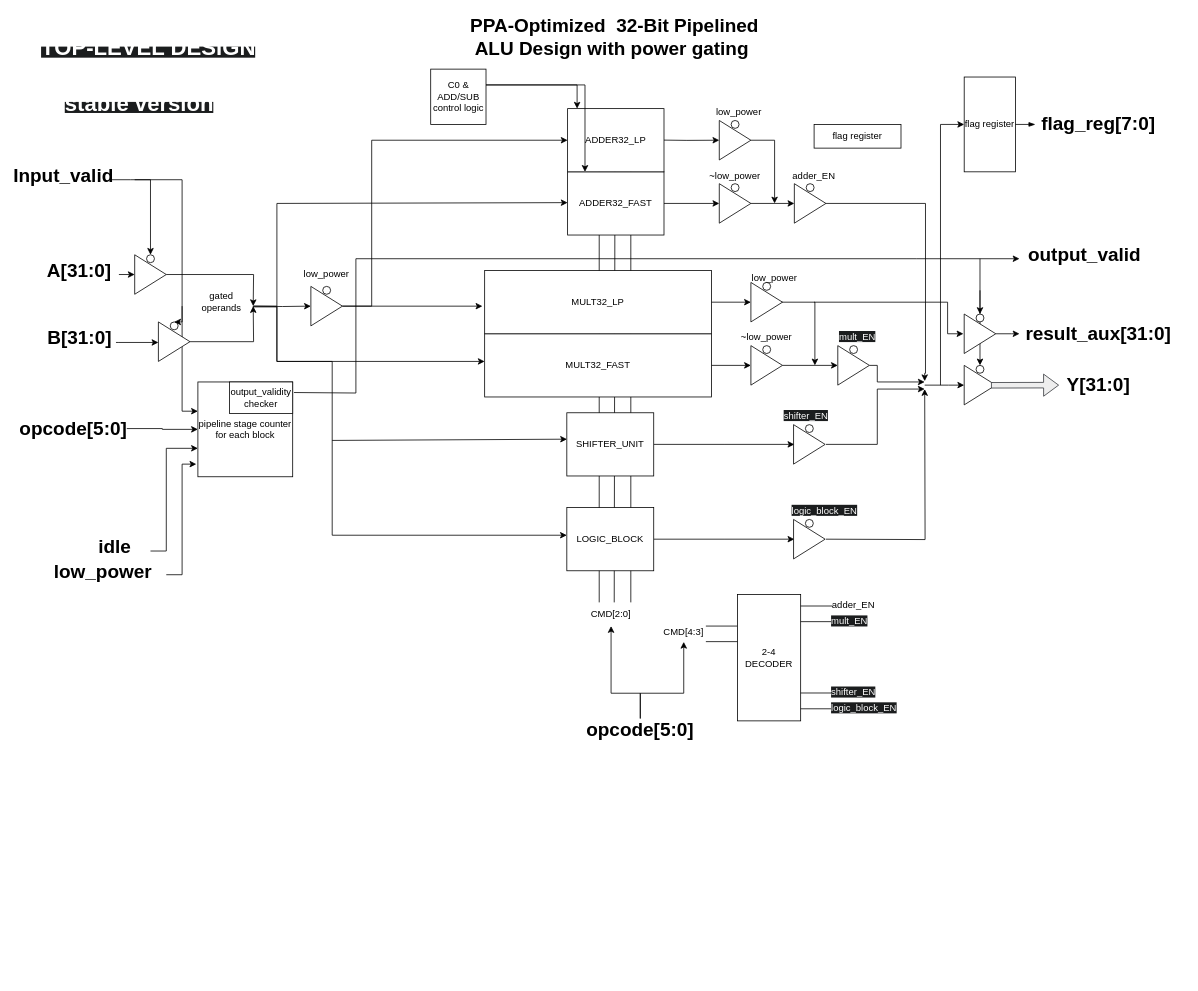
Earlier version of the draw.io diagram documents/alu.drawio (BekiryY/PPA-Optimized-32-bit-Pipelined-ALU-Design). Source tidied: cells renumbered, new cells numbered last; positions are measured from the earlier drawing's top-left corner, leaving out a move shared by most shapes. Both pictures are drawn from the tidied source at 79%, with x=0, y=0 at pixel (20, 13).
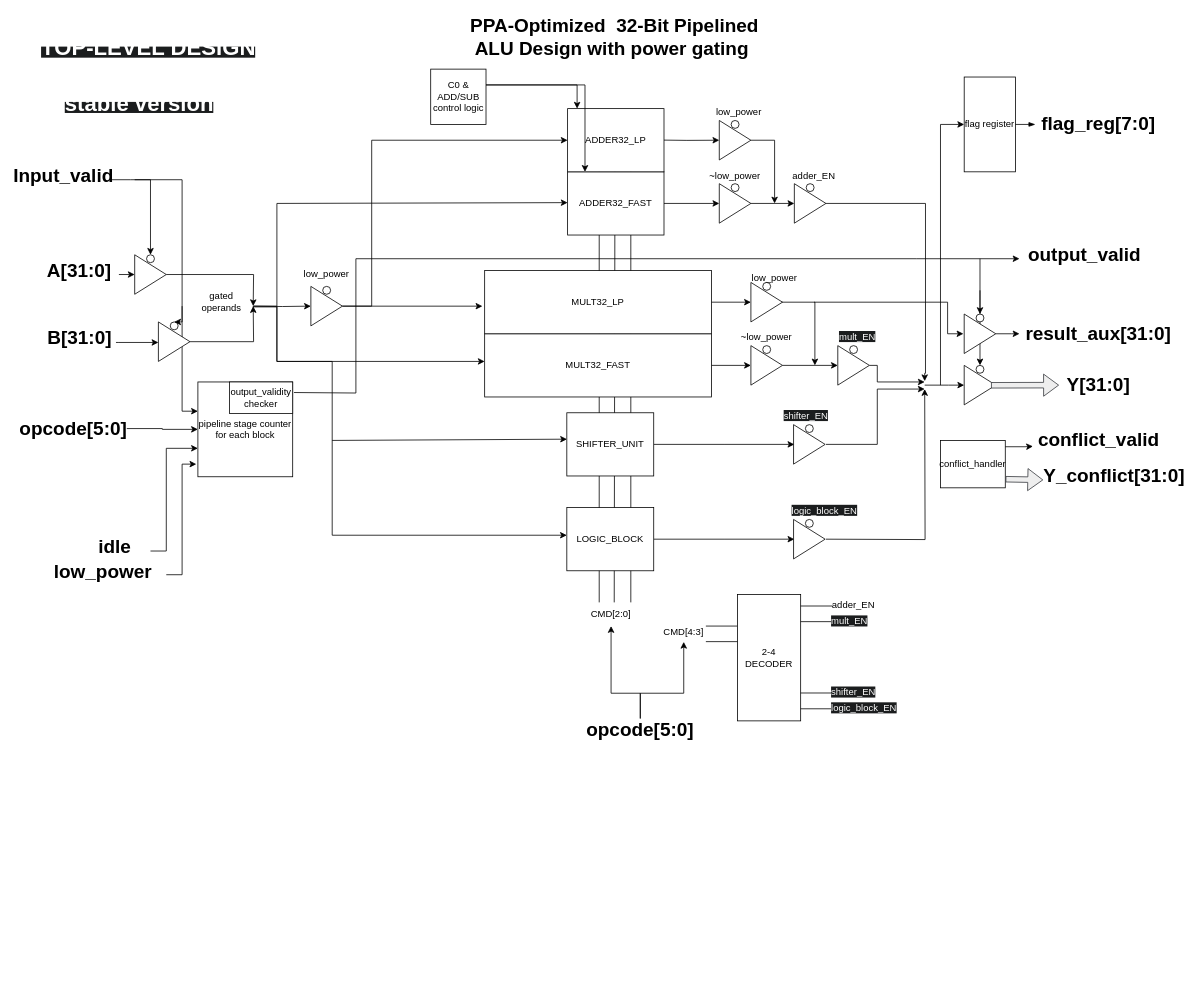
After the change.

Diff of the diagram source:
```diff
@@
     <mxCell id="30" style="group;fontSize=19;" parent="1" vertex="1">
-      <mxGeometry x="905" y="20" width="525" height="1200" as="geometry" />
+      <mxGeometry x="905" y="20" width="560" height="1200" as="geometry" />
     </mxCell>
@@
     <mxCell id="33" style="group;" parent="30" vertex="1">
-      <mxGeometry y="80" width="525" height="1120" as="geometry" />
+      <mxGeometry y="80" width="560" height="1120" as="geometry" />
     </mxCell>
@@
-    <mxCell id="40" value="flag register" style="rounded=0;whiteSpace=wrap;html=1;" parent="33" vertex="1">
-      <mxGeometry x="100" y="40" width="110" height="30" as="geometry" />
-    </mxCell>
@@
+    <mxCell id="134" value="conflict_handler" style="rounded=0;whiteSpace=wrap;html=1;" parent="33" vertex="1">
+      <mxGeometry x="260" y="440" width="82" height="60" as="geometry" />
+    </mxCell>
+    <mxCell id="135" style="shape=flexArrow;endArrow=classic;html=1;rounded=0;fillColor=#eeeeee;strokeColor=#36393d;startSize=6;endSize=6;fontSize=10;width=7;exitX=1.004;exitY=0.818;exitDx=0;exitDy=0;exitPerimeter=0;" parent="33" edge="1" source="134">
+      <mxGeometry relative="1" as="geometry">
+        <mxPoint x="390" y="490" as="targetPoint" />
+      </mxGeometry>
+    </mxCell>
+    <mxCell id="136" style="edgeStyle=orthogonalEdgeStyle;rounded=0;orthogonalLoop=1;jettySize=auto;html=1;" parent="33" edge="1">
+      <mxGeometry relative="1" as="geometry">
+        <mxPoint x="342" y="448" as="sourcePoint" />
+        <mxPoint x="377" y="447.5" as="targetPoint" />
+        <Array as="points">
+          <mxPoint x="367" y="447.5" />
+          <mxPoint x="367" y="447.5" />
+        </Array>
+      </mxGeometry>
+    </mxCell>
+    <mxCell id="137" value="&lt;font style=&quot;font-size: 24px;&quot;&gt;Y_conflict[31:0]&lt;/font&gt;" style="text;html=1;align=center;verticalAlign=middle;whiteSpace=wrap;rounded=0;fontStyle=1;" parent="33" vertex="1">
+      <mxGeometry x="450" y="470" width="60" height="30" as="geometry" />
+    </mxCell>
+    <mxCell id="138" value="&lt;font style=&quot;font-size: 24px;&quot;&gt;conflict_valid&lt;/font&gt;" style="text;html=1;align=center;verticalAlign=middle;whiteSpace=wrap;rounded=0;fontStyle=1;" parent="33" vertex="1">
+      <mxGeometry x="387.5" y="425" width="145" height="30" as="geometry" />
+    </mxCell>
```
